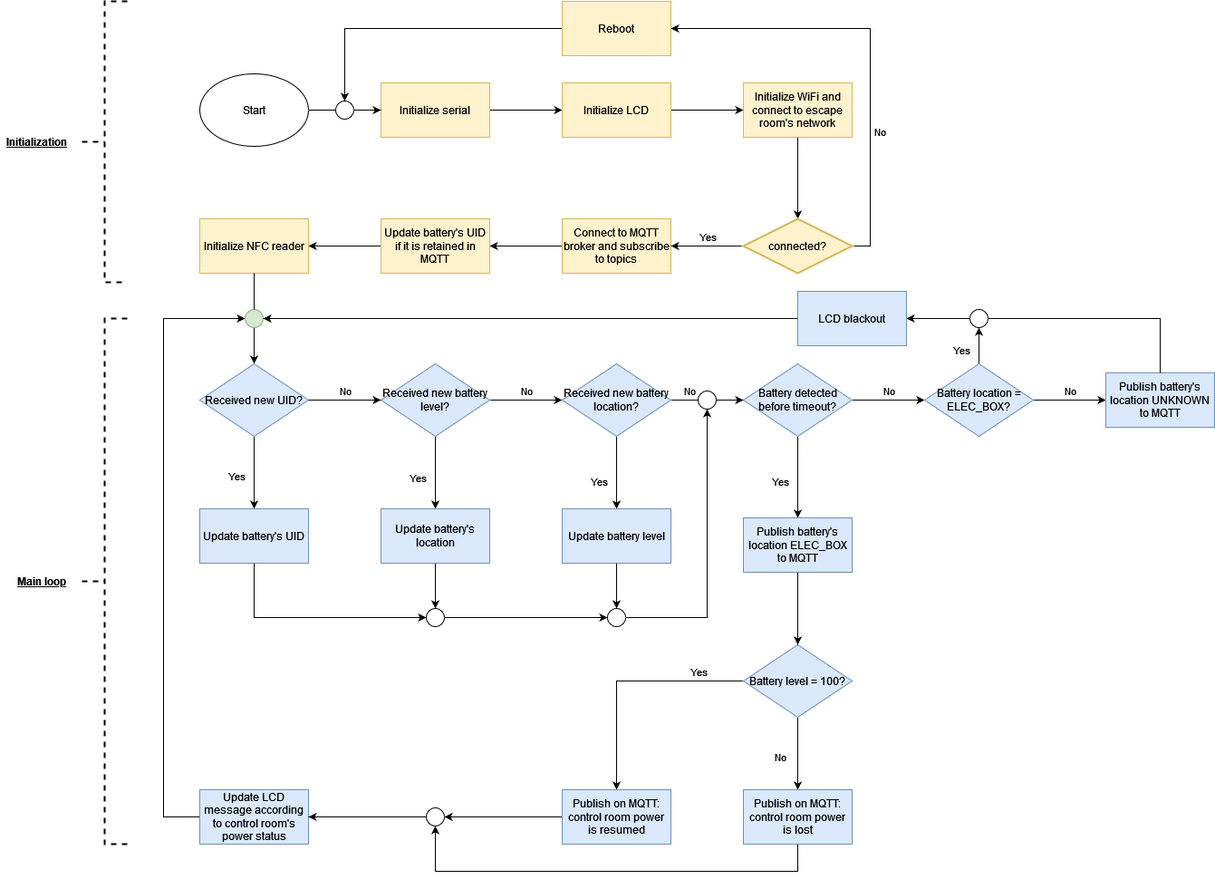
Earlier version of the draw.io export docs/Presentations/img/Flowchart_Battery_Dock.png (ubilab-ws21/puzzle-5). Source tidied: cells renumbered, new cells last; positions are measured from the earlier drawing's top-left corner, leaving out a move shared by most shapes.
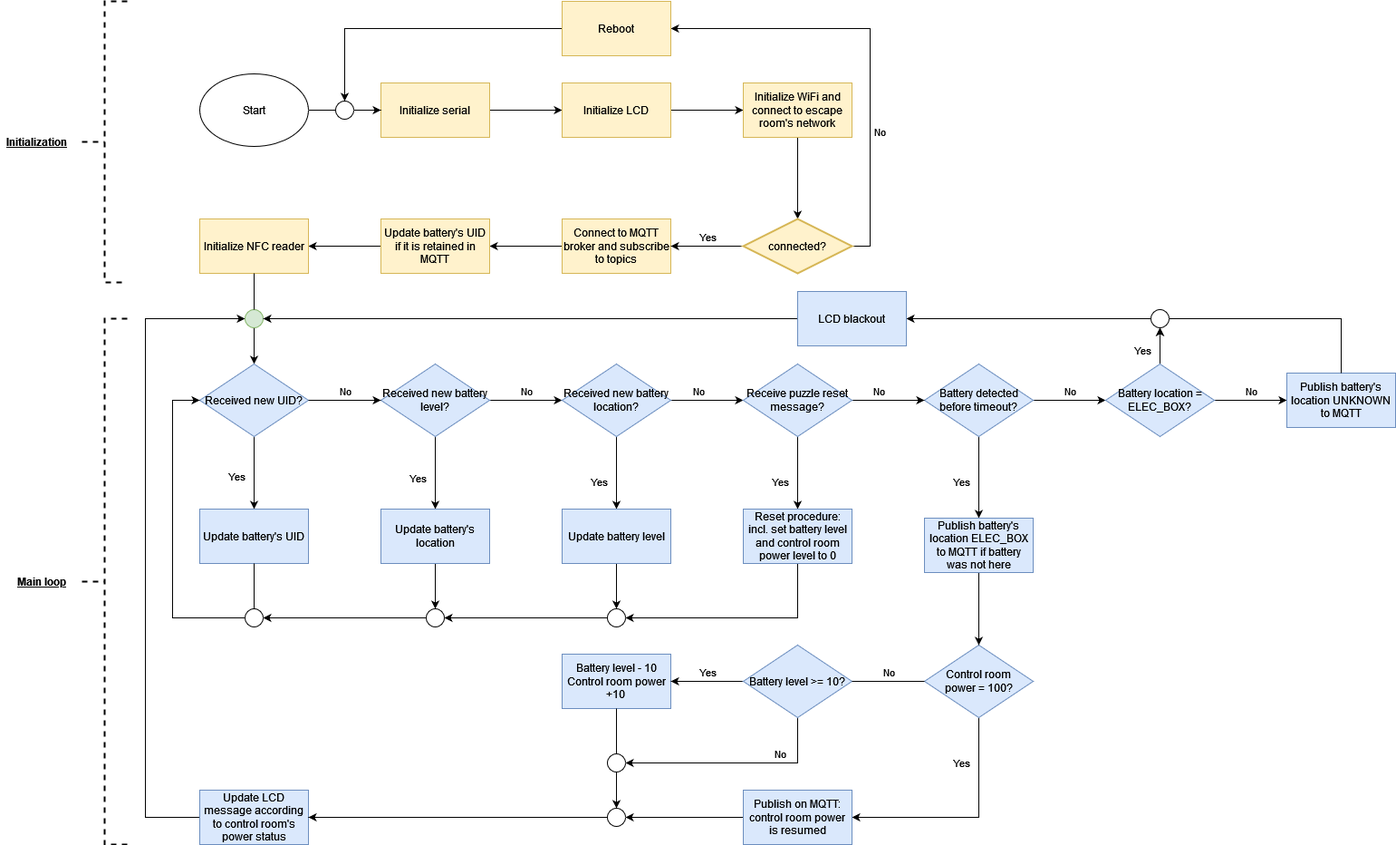
After the change.

Change to the diagram source:
```diff
@@ -105,9 +105,6 @@
     <mxCell id="32" value="Received new battery level?" style="rhombus;whiteSpace=wrap;html=1;rounded=0;fillColor=#dae8fc;strokeColor=#6c8ebf;" parent="1" vertex="1">
       <mxGeometry x="420" y="400" width="120" height="80" as="geometry" />
     </mxCell>
-    <mxCell id="33" style="edgeStyle=orthogonalEdgeStyle;rounded=0;jettySize=auto;html=1;exitX=0.5;exitY=1;exitDx=0;exitDy=0;entryX=0;entryY=0.5;entryDx=0;entryDy=0;entryPerimeter=0;endArrow=classic;endFill=1;" parent="1" edge="1" source="34" target="80">
-      <mxGeometry relative="1" as="geometry" />
-    </mxCell>
     <mxCell id="34" value="Update battery's UID" style="whiteSpace=wrap;html=1;rounded=0;fillColor=#dae8fc;strokeColor=#6c8ebf;" parent="1" vertex="1">
       <mxGeometry x="220" y="560" width="120" height="60" as="geometry" />
     </mxCell>
@@ -141,44 +138,28 @@
         <mxPoint x="9" y="-13" as="offset" />
       </mxGeometry>
     </mxCell>
+    <mxCell id="88" style="edgeStyle=orthogonalEdgeStyle;rounded=0;jettySize=auto;html=1;endArrow=classic;endFill=1;" parent="1" edge="1" source="43" target="68">
+      <mxGeometry relative="1" as="geometry" />
+    </mxCell>
     <mxCell id="43" value="Battery detected before timeout?" style="rhombus;whiteSpace=wrap;html=1;rounded=0;fillColor=#dae8fc;strokeColor=#6c8ebf;" parent="1" vertex="1">
-      <mxGeometry x="820" y="400" width="120" height="80" as="geometry" />
+      <mxGeometry x="1020" y="400" width="120" height="80" as="geometry" />
     </mxCell>
-    <mxCell id="44" style="edgeStyle=orthogonalEdgeStyle;rounded=0;jettySize=auto;html=1;endArrow=classic;endFill=1;" parent="1" edge="1" source="48" target="50">
-      <mxGeometry relative="1" as="geometry" />
-    </mxCell>
-    <mxCell id="45" value="No" style="edgeLabel;html=1;align=center;verticalAlign=middle;" parent="44" vertex="1">
-      <mxGeometry x="0.24" y="1" relative="1" as="geometry">
-        <mxPoint x="-21" y="-6" as="offset" />
-      </mxGeometry>
-    </mxCell>
-    <mxCell id="46" style="edgeStyle=orthogonalEdgeStyle;rounded=0;jettySize=auto;html=1;exitX=0;exitY=0.5;exitDx=0;exitDy=0;entryX=0.5;entryY=0;entryDx=0;entryDy=0;" parent="1" edge="1" source="48" target="85">
+    <mxCell id="46" style="edgeStyle=orthogonalEdgeStyle;rounded=0;jettySize=auto;html=1;exitX=0.5;exitY=1;exitDx=0;exitDy=0;entryX=1;entryY=0.5;entryDx=0;entryDy=0;" parent="1" edge="1" source="48" target="85">
       <mxGeometry relative="1" as="geometry" />
     </mxCell>
     <mxCell id="47" value="Yes" style="edgeLabel;html=1;align=center;verticalAlign=middle;" parent="46" vertex="1">
       <mxGeometry x="-0.6" y="2" relative="1" as="geometry">
-        <mxPoint x="2" y="-12" as="offset" />
+        <mxPoint x="-22" as="offset" />
       </mxGeometry>
     </mxCell>
-    <mxCell id="48" value="Battery level = 100?" style="rhombus;whiteSpace=wrap;html=1;rounded=0;fillColor=#dae8fc;strokeColor=#6c8ebf;" parent="1" vertex="1">
-      <mxGeometry x="820" y="710" width="120" height="80" as="geometry" />
+    <mxCell id="48" value="Control room &lt;br&gt;power = 100?" style="rhombus;whiteSpace=wrap;html=1;rounded=0;fillColor=#dae8fc;strokeColor=#6c8ebf;" parent="1" vertex="1">
+      <mxGeometry x="1020" y="710" width="120" height="80" as="geometry" />
     </mxCell>
-    <mxCell id="49" style="edgeStyle=orthogonalEdgeStyle;rounded=0;jettySize=auto;html=1;exitX=0.5;exitY=1;exitDx=0;exitDy=0;entryX=0.5;entryY=1;entryDx=0;entryDy=0;entryPerimeter=0;" parent="1" edge="1" source="50" target="87">
-      <mxGeometry relative="1" as="geometry">
-        <Array as="points">
-          <mxPoint x="880" y="960" />
-          <mxPoint x="480" y="960" />
-        </Array>
-      </mxGeometry>
-    </mxCell>
-    <mxCell id="50" value="Publish on MQTT: control room power is lost" style="whiteSpace=wrap;html=1;rounded=0;fillColor=#dae8fc;strokeColor=#6c8ebf;" parent="1" vertex="1">
-      <mxGeometry x="820" y="870" width="120" height="60" as="geometry" />
-    </mxCell>
     <mxCell id="51" style="edgeStyle=orthogonalEdgeStyle;rounded=0;jettySize=auto;html=1;exitX=0;exitY=0.5;exitDx=0;exitDy=0;entryX=0;entryY=0.5;entryDx=0;entryDy=0;entryPerimeter=0;endArrow=classic;endFill=1;" parent="1" edge="1" source="52" target="61">
       <mxGeometry relative="1" as="geometry">
         <Array as="points">
-          <mxPoint x="180" y="900" />
-          <mxPoint x="180" y="350" />
+          <mxPoint x="160" y="900" />
+          <mxPoint x="160" y="350" />
         </Array>
       </mxGeometry>
     </mxCell>
@@ -188,8 +169,8 @@
     <mxCell id="53" style="edgeStyle=orthogonalEdgeStyle;rounded=0;jettySize=auto;html=1;endArrow=classic;endFill=1;" parent="1" edge="1" source="54" target="48">
       <mxGeometry relative="1" as="geometry" />
     </mxCell>
-    <mxCell id="54" value="Publish battery's location ELEC_BOX to MQTT" style="whiteSpace=wrap;html=1;rounded=0;fillColor=#dae8fc;strokeColor=#6c8ebf;" parent="1" vertex="1">
-      <mxGeometry x="820" y="570" width="120" height="60" as="geometry" />
+    <mxCell id="54" value="Publish battery's location ELEC_BOX to MQTT if battery was not here" style="whiteSpace=wrap;html=1;rounded=0;fillColor=#dae8fc;strokeColor=#6c8ebf;" parent="1" vertex="1">
+      <mxGeometry x="1020" y="570" width="120" height="60" as="geometry" />
     </mxCell>
     <mxCell id="55" style="edgeStyle=orthogonalEdgeStyle;rounded=0;jettySize=auto;html=1;endArrow=classic;endFill=1;" parent="1" edge="1" source="59" target="60">
       <mxGeometry relative="1" as="geometry" />
@@ -208,10 +189,10 @@
       </mxGeometry>
     </mxCell>
     <mxCell id="59" value="Battery location = ELEC_BOX?" style="rhombus;whiteSpace=wrap;html=1;rounded=0;fillColor=#dae8fc;strokeColor=#6c8ebf;" parent="1" vertex="1">
-      <mxGeometry x="1020" y="400" width="120" height="80" as="geometry" />
+      <mxGeometry x="1220" y="400" width="120" height="80" as="geometry" />
     </mxCell>
     <mxCell id="60" value="Publish battery's location UNKNOWN to MQTT" style="whiteSpace=wrap;html=1;rounded=0;fillColor=#dae8fc;strokeColor=#6c8ebf;" parent="1" vertex="1">
-      <mxGeometry x="1220" y="410" width="120" height="60" as="geometry" />
+      <mxGeometry x="1420" y="410" width="120" height="60" as="geometry" />
     </mxCell>
     <mxCell id="61" style="verticalLabelPosition=bottom;verticalAlign=top;html=1;shape=mxgraph.flowchart.on-page_reference;fillColor=#d5e8d4;strokeColor=#82b366;" parent="1" vertex="1">
       <mxGeometry x="270" y="340" width="20" height="20" as="geometry" />
@@ -235,7 +216,7 @@
       <mxGeometry relative="1" as="geometry" />
     </mxCell>
     <mxCell id="68" style="verticalLabelPosition=bottom;verticalAlign=top;html=1;shape=mxgraph.flowchart.on-page_reference;" parent="1" vertex="1">
-      <mxGeometry x="1070" y="340" width="20" height="20" as="geometry" />
+      <mxGeometry x="1270" y="340" width="20" height="20" as="geometry" />
     </mxCell>
     <mxCell id="69" style="edgeStyle=orthogonalEdgeStyle;rounded=0;jettySize=auto;html=1;exitX=0.5;exitY=0;exitDx=0;exitDy=0;entryX=1;entryY=0.5;entryDx=0;entryDy=0;entryPerimeter=0;endArrow=none;endFill=1;" parent="1" edge="1" source="60" target="68">
       <mxGeometry relative="1" as="geometry" />
@@ -248,12 +229,12 @@
         <mxPoint x="-22" y="-1" as="offset" />
       </mxGeometry>
     </mxCell>
-    <mxCell id="72" style="edgeStyle=orthogonalEdgeStyle;rounded=0;jettySize=auto;html=1;endArrow=classic;endFill=1;" parent="1" edge="1" source="74" target="43">
+    <mxCell id="72" style="edgeStyle=orthogonalEdgeStyle;rounded=0;jettySize=auto;html=1;endArrow=classic;endFill=1;entryX=0;entryY=0.5;entryDx=0;entryDy=0;" parent="1" edge="1" source="74" target="109">
       <mxGeometry relative="1" as="geometry" />
     </mxCell>
     <mxCell id="73" value="No" style="edgeLabel;html=1;align=center;verticalAlign=middle;" parent="72" vertex="1">
       <mxGeometry x="0.23" y="-1" relative="1" as="geometry">
-        <mxPoint x="-29" y="-11" as="offset" />
+        <mxPoint x="-19" y="-11" as="offset" />
       </mxGeometry>
     </mxCell>
     <mxCell id="74" value="Received new battery location?" style="rhombus;whiteSpace=wrap;html=1;fillColor=#dae8fc;strokeColor=#6c8ebf;rounded=0;" parent="1" vertex="1">
@@ -271,32 +252,107 @@
     <mxCell id="78" value="LCD blackout" style="whiteSpace=wrap;html=1;rounded=0;fillColor=#dae8fc;strokeColor=#6c8ebf;" parent="1" vertex="1">
       <mxGeometry x="880" y="320" width="120" height="60" as="geometry" />
     </mxCell>
-    <mxCell id="79" style="verticalLabelPosition=bottom;verticalAlign=top;html=1;shape=mxgraph.flowchart.on-page_reference;" parent="1" vertex="1">
-      <mxGeometry x="770" y="430" width="20" height="20" as="geometry" />
-    </mxCell>
+    <mxCell id="89" style="edgeStyle=orthogonalEdgeStyle;rounded=0;jettySize=auto;html=1;exitX=0;exitY=0.5;exitDx=0;exitDy=0;exitPerimeter=0;entryX=1;entryY=0.5;entryDx=0;entryDy=0;entryPerimeter=0;" parent="1" edge="1" source="80" target="92">
+      <mxGeometry relative="1" as="geometry" />
+    </mxCell>
     <mxCell id="80" style="verticalLabelPosition=bottom;verticalAlign=top;html=1;shape=mxgraph.flowchart.on-page_reference;" parent="1" vertex="1">
       <mxGeometry x="470" y="670" width="20" height="20" as="geometry" />
     </mxCell>
-    <mxCell id="81" style="edgeStyle=orthogonalEdgeStyle;rounded=0;jettySize=auto;html=1;exitX=1;exitY=0.5;exitDx=0;exitDy=0;exitPerimeter=0;entryX=0.5;entryY=1;entryDx=0;entryDy=0;entryPerimeter=0;endArrow=classic;endFill=1;" parent="1" edge="1" source="82" target="79">
-      <mxGeometry relative="1" as="geometry" />
-    </mxCell>
+    <mxCell id="90" style="edgeStyle=orthogonalEdgeStyle;rounded=0;jettySize=auto;html=1;exitX=0;exitY=0.5;exitDx=0;exitDy=0;exitPerimeter=0;entryX=1;entryY=0.5;entryDx=0;entryDy=0;entryPerimeter=0;" parent="1" edge="1" source="82" target="80">
+      <mxGeometry relative="1" as="geometry" />
+    </mxCell>
     <mxCell id="82" style="verticalLabelPosition=bottom;verticalAlign=top;html=1;shape=mxgraph.flowchart.on-page_reference;" parent="1" vertex="1">
       <mxGeometry x="670" y="670" width="20" height="20" as="geometry" />
     </mxCell>
-    <mxCell id="83" style="edgeStyle=orthogonalEdgeStyle;rounded=0;jettySize=auto;html=1;exitX=1;exitY=0.5;exitDx=0;exitDy=0;exitPerimeter=0;entryX=0;entryY=0.5;entryDx=0;entryDy=0;entryPerimeter=0;endArrow=classic;endFill=1;" parent="1" edge="1" source="80" target="82">
-      <mxGeometry relative="1" as="geometry" />
-    </mxCell>
     <mxCell id="84" style="edgeStyle=orthogonalEdgeStyle;rounded=0;jettySize=auto;html=1;entryX=1;entryY=0.5;entryDx=0;entryDy=0;entryPerimeter=0;" parent="1" edge="1" source="85" target="87">
       <mxGeometry relative="1" as="geometry" />
     </mxCell>
     <mxCell id="85" value="Publish on MQTT: control room power is resumed" style="whiteSpace=wrap;html=1;fillColor=#dae8fc;strokeColor=#6c8ebf;rounded=0;" parent="1" vertex="1">
-      <mxGeometry x="620" y="870" width="120" height="60" as="geometry" />
+      <mxGeometry x="820" y="870" width="120" height="60" as="geometry" />
     </mxCell>
     <mxCell id="86" style="edgeStyle=orthogonalEdgeStyle;rounded=0;jettySize=auto;html=1;exitX=0;exitY=0.5;exitDx=0;exitDy=0;exitPerimeter=0;entryX=1;entryY=0.5;entryDx=0;entryDy=0;" parent="1" edge="1" source="87" target="52">
       <mxGeometry relative="1" as="geometry" />
     </mxCell>
     <mxCell id="87" style="verticalLabelPosition=bottom;verticalAlign=top;html=1;shape=mxgraph.flowchart.on-page_reference;" parent="1" vertex="1">
-      <mxGeometry x="470" y="890" width="20" height="20" as="geometry" />
+      <mxGeometry x="670" y="890" width="20" height="20" as="geometry" />
     </mxCell>
+    <mxCell id="91" style="edgeStyle=orthogonalEdgeStyle;rounded=0;jettySize=auto;html=1;exitX=0;exitY=0.5;exitDx=0;exitDy=0;exitPerimeter=0;entryX=0;entryY=0.5;entryDx=0;entryDy=0;" parent="1" edge="1" source="92" target="27">
+      <mxGeometry relative="1" as="geometry">
+        <Array as="points">
+          <mxPoint x="190" y="680" />
+          <mxPoint x="190" y="440" />
+        </Array>
+      </mxGeometry>
+    </mxCell>
+    <mxCell id="92" style="verticalLabelPosition=bottom;verticalAlign=top;html=1;shape=mxgraph.flowchart.on-page_reference;" parent="1" vertex="1">
+      <mxGeometry x="270" y="670" width="20" height="20" as="geometry" />
+    </mxCell>
+    <mxCell id="93" style="edgeStyle=orthogonalEdgeStyle;rounded=0;jettySize=auto;html=1;exitX=0.5;exitY=1;exitDx=0;exitDy=0;entryX=0.5;entryY=0;entryDx=0;entryDy=0;entryPerimeter=0;endArrow=none;endFill=1;" parent="1" edge="1" source="34" target="92">
+      <mxGeometry relative="1" as="geometry" />
+    </mxCell>
+    <mxCell id="94" style="edgeStyle=orthogonalEdgeStyle;rounded=0;jettySize=auto;html=1;exitX=0.5;exitY=1;exitDx=0;exitDy=0;entryX=0.5;entryY=0;entryDx=0;entryDy=0;entryPerimeter=0;endArrow=classic;endFill=1;startArrow=none;" parent="1" edge="1" source="103" target="87">
+      <mxGeometry relative="1" as="geometry" />
+    </mxCell>
+    <mxCell id="95" value="&lt;div&gt;Battery level - 10&lt;/div&gt;&lt;div&gt;Control room power +10&lt;br&gt;&lt;/div&gt;" style="whiteSpace=wrap;html=1;fillColor=#dae8fc;strokeColor=#6c8ebf;rounded=0;" parent="1" vertex="1">
+      <mxGeometry x="620" y="720" width="120" height="60" as="geometry" />
+    </mxCell>
+    <mxCell id="96" style="edgeStyle=orthogonalEdgeStyle;rounded=0;jettySize=auto;html=1;exitX=0;exitY=0.5;exitDx=0;exitDy=0;entryX=1;entryY=0.5;entryDx=0;entryDy=0;endArrow=classic;endFill=1;startArrow=none;" parent="1" edge="1" source="100" target="95">
+      <mxGeometry relative="1" as="geometry" />
+    </mxCell>
+    <mxCell id="97" value="Yes" style="edgeLabel;html=1;align=center;verticalAlign=middle;" parent="96" vertex="1">
+      <mxGeometry x="-0.28" relative="1" as="geometry">
+        <mxPoint x="-11" y="-10" as="offset" />
+      </mxGeometry>
+    </mxCell>
+    <mxCell id="98" style="edgeStyle=orthogonalEdgeStyle;rounded=0;jettySize=auto;html=1;exitX=0.5;exitY=1;exitDx=0;exitDy=0;endArrow=classic;endFill=1;entryX=1;entryY=0.5;entryDx=0;entryDy=0;entryPerimeter=0;" parent="1" edge="1" source="100" target="103">
+      <mxGeometry relative="1" as="geometry" />
+    </mxCell>
+    <mxCell id="99" value="No" style="edgeLabel;html=1;align=center;verticalAlign=middle;" parent="98" vertex="1">
+      <mxGeometry x="-0.16" y="-4" relative="1" as="geometry">
+        <mxPoint x="31" y="-6" as="offset" />
+      </mxGeometry>
+    </mxCell>
+    <mxCell id="100" value="Battery level &amp;gt;= 10?" style="rhombus;whiteSpace=wrap;html=1;rounded=0;fillColor=#dae8fc;strokeColor=#6c8ebf;" parent="1" vertex="1">
+      <mxGeometry x="820" y="710" width="120" height="80" as="geometry" />
+    </mxCell>
+    <mxCell id="101" style="edgeStyle=orthogonalEdgeStyle;rounded=0;jettySize=auto;html=1;exitX=0;exitY=0.5;exitDx=0;exitDy=0;entryX=1;entryY=0.5;entryDx=0;entryDy=0;endArrow=none;endFill=1;" parent="1" edge="1" source="48" target="100">
+      <mxGeometry relative="1" as="geometry" />
+    </mxCell>
+    <mxCell id="102" value="No" style="edgeLabel;html=1;align=center;verticalAlign=middle;" parent="101" vertex="1">
+      <mxGeometry x="-0.8" y="4" relative="1" as="geometry">
+        <mxPoint x="-32" y="-14" as="offset" />
+      </mxGeometry>
+    </mxCell>
+    <mxCell id="103" style="verticalLabelPosition=bottom;verticalAlign=top;html=1;shape=mxgraph.flowchart.on-page_reference;" parent="1" vertex="1">
+      <mxGeometry x="670" y="830" width="20" height="20" as="geometry" />
+    </mxCell>
+    <mxCell id="104" style="edgeStyle=orthogonalEdgeStyle;rounded=0;jettySize=auto;html=1;exitX=0.5;exitY=1;exitDx=0;exitDy=0;entryX=0.5;entryY=0;entryDx=0;entryDy=0;entryPerimeter=0;endArrow=none;endFill=1;" parent="1" edge="1" source="95" target="103">
+      <mxGeometry relative="1" as="geometry" />
+    </mxCell>
+    <mxCell id="105" style="edgeStyle=orthogonalEdgeStyle;rounded=0;jettySize=auto;html=1;exitX=1;exitY=0.5;exitDx=0;exitDy=0;entryX=0;entryY=0.5;entryDx=0;entryDy=0;endArrow=classic;endFill=1;" parent="1" edge="1" source="109" target="43">
+      <mxGeometry relative="1" as="geometry" />
+    </mxCell>
+    <mxCell id="106" value="No" style="edgeLabel;html=1;align=center;verticalAlign=middle;" parent="105" vertex="1">
+      <mxGeometry x="-0.28" y="-1" relative="1" as="geometry">
+        <mxPoint y="-11" as="offset" />
+      </mxGeometry>
+    </mxCell>
+    <mxCell id="107" style="edgeStyle=orthogonalEdgeStyle;rounded=0;jettySize=auto;html=1;exitX=0.5;exitY=1;exitDx=0;exitDy=0;entryX=0.5;entryY=0;entryDx=0;entryDy=0;endArrow=classic;endFill=1;" parent="1" edge="1" source="109" target="111">
+      <mxGeometry relative="1" as="geometry" />
+    </mxCell>
+    <mxCell id="108" value="Yes" style="edgeLabel;html=1;align=center;verticalAlign=middle;" parent="107" vertex="1">
+      <mxGeometry x="0.25" relative="1" as="geometry">
+        <mxPoint x="-20" as="offset" />
+      </mxGeometry>
+    </mxCell>
+    <mxCell id="109" value="Receive puzzle reset message?" style="rhombus;whiteSpace=wrap;html=1;rounded=0;fillColor=#dae8fc;strokeColor=#6c8ebf;" parent="1" vertex="1">
+      <mxGeometry x="820" y="400" width="120" height="80" as="geometry" />
+    </mxCell>
+    <mxCell id="110" style="edgeStyle=orthogonalEdgeStyle;rounded=0;jettySize=auto;html=1;exitX=0.5;exitY=1;exitDx=0;exitDy=0;entryX=1;entryY=0.5;entryDx=0;entryDy=0;entryPerimeter=0;endArrow=classic;endFill=1;" parent="1" edge="1" source="111" target="82">
+      <mxGeometry relative="1" as="geometry" />
+    </mxCell>
+    <mxCell id="111" value="Reset procedure: incl. set battery level and control room power level to 0" style="whiteSpace=wrap;html=1;rounded=0;fillColor=#dae8fc;strokeColor=#6c8ebf;" parent="1" vertex="1">
+      <mxGeometry x="820" y="560" width="120" height="60" as="geometry" />
+    </mxCell>
   </root>
 </mxGraphModel>
```
